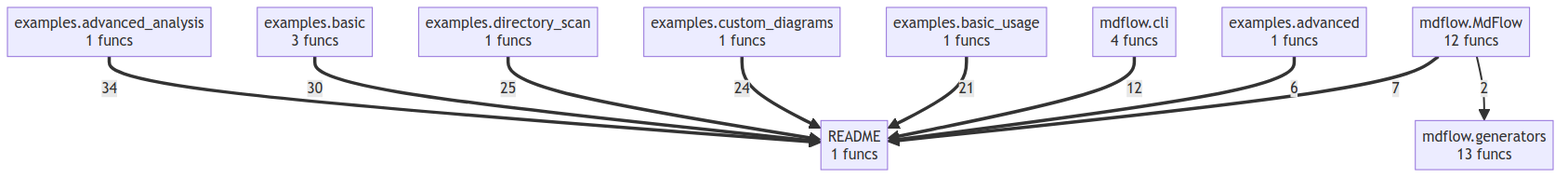
This is project/compact_flow.png from semcod/mdflow, a Mermaid export, as it was before one commit. Its source is kept beside it as project/compact_flow.mmd.
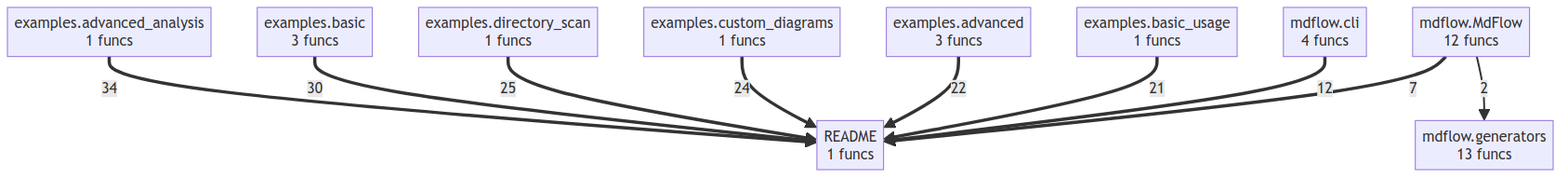
After the change.

Diff of the diagram source:
```diff
@@ -1,6 +1,6 @@
 flowchart TD
     README["README<br/>1 funcs"]
-    examples__advanced["examples.advanced<br/>1 funcs"]
+    examples__advanced["examples.advanced<br/>3 funcs"]
     examples__advanced_analysis["examples.advanced_analysis<br/>1 funcs"]
     examples__basic["examples.basic<br/>3 funcs"]
     examples__basic_usage["examples.basic_usage<br/>1 funcs"]
@@ -13,8 +13,8 @@
     examples__basic ==>|30| README
     examples__directory_scan ==>|25| README
     examples__custom_diagrams ==>|24| README
+    examples__advanced ==>|22| README
     examples__basic_usage ==>|21| README
     mdflow__cli ==>|12| README
     mdflow__MdFlow ==>|7| README
-    examples__advanced ==>|6| README
     mdflow__MdFlow -->|2| mdflow__generators
```
